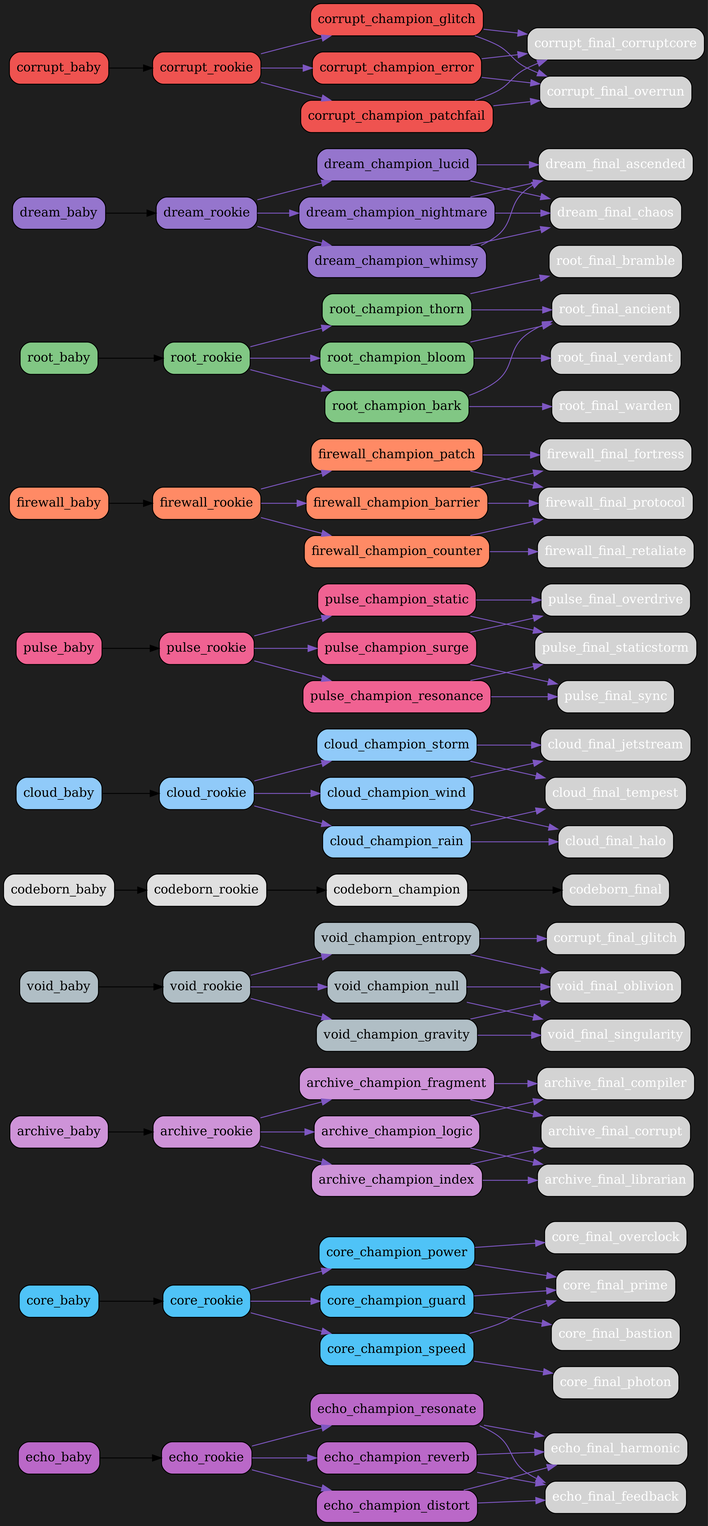
bwlight/NetGrid keeps this Graphviz diagram as src/netgrid/systems/evolution/graphs/dark/evolution_graph_dark.png. Above is the earlier version. Its source is kept beside it as src/netgrid/systems/evolution/graphs/dark/evolution_graph_dark.dot.
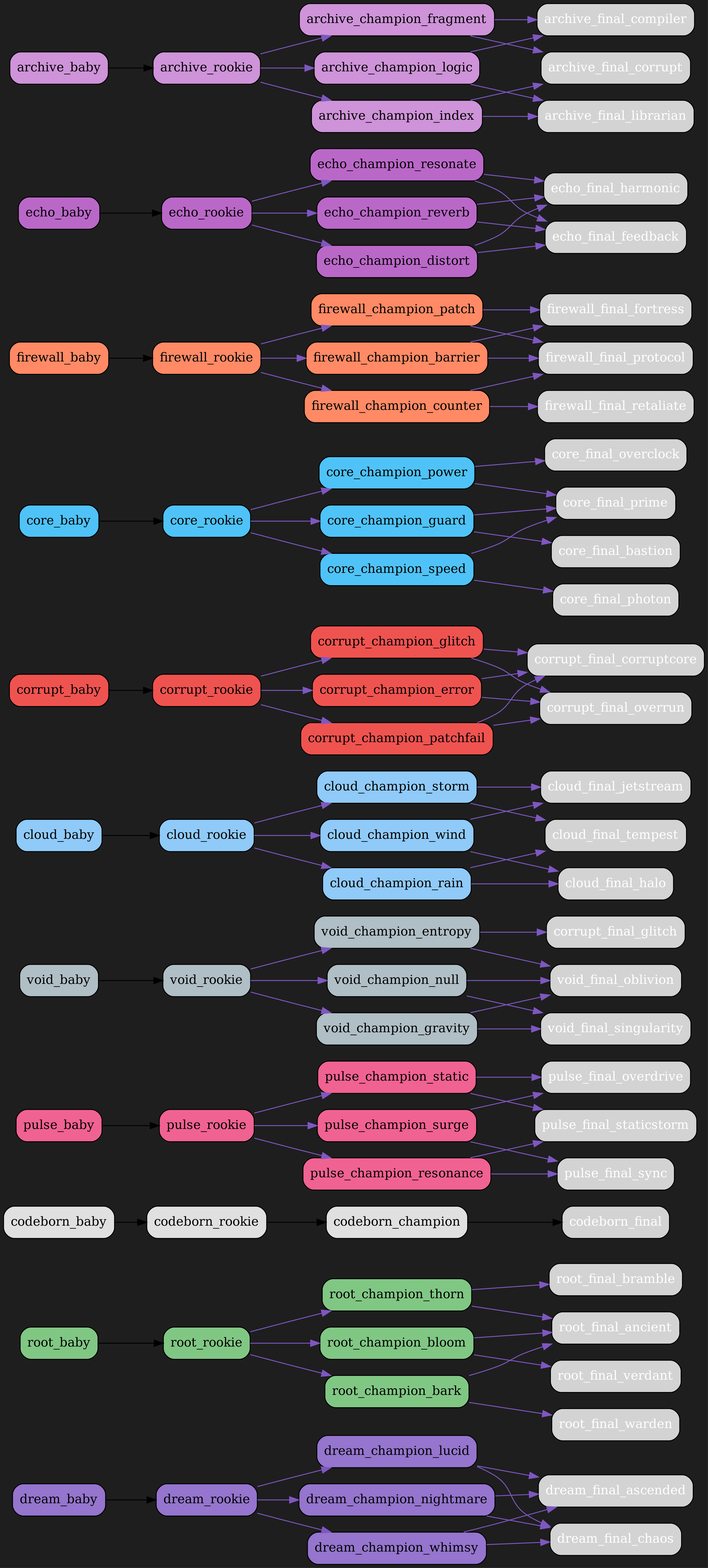
The same file after the commit.

Commit message:
Auto-update evolution graphs

Change to the diagram source:
```diff
@@ -2,6 +2,132 @@
   rankdir=LR;
   bgcolor="#1e1e1e";
   node [shape=box, style="rounded,filled", fontcolor="white"];
+  "dream_baby" [fillcolor="#9575cd", fontcolor="black"];
+  "dream_baby" -> "dream_rookie";
+  "dream_rookie" [fillcolor="#9575cd", fontcolor="black"];
+  "dream_rookie" -> "dream_champion_lucid" [color="#7e57c2"];
+  "dream_rookie" -> "dream_champion_nightmare" [color="#7e57c2"];
+  "dream_rookie" -> "dream_champion_whimsy" [color="#7e57c2"];
+  "dream_champion_lucid" [fillcolor="#9575cd", fontcolor="black"];
+  "dream_champion_lucid" -> "dream_final_ascended" [color="#7e57c2"];
+  "dream_champion_lucid" -> "dream_final_chaos" [color="#7e57c2"];
+  "dream_champion_nightmare" [fillcolor="#9575cd", fontcolor="black"];
+  "dream_champion_nightmare" -> "dream_final_chaos" [color="#7e57c2"];
+  "dream_champion_nightmare" -> "dream_final_ascended" [color="#7e57c2"];
+  "dream_champion_whimsy" [fillcolor="#9575cd", fontcolor="black"];
+  "dream_champion_whimsy" -> "dream_final_ascended" [color="#7e57c2"];
+  "dream_champion_whimsy" -> "dream_final_chaos" [color="#7e57c2"];
+  "root_baby" [fillcolor="#81c784", fontcolor="black"];
+  "root_baby" -> "root_rookie";
+  "root_rookie" [fillcolor="#81c784", fontcolor="black"];
+  "root_rookie" -> "root_champion_thorn" [color="#7e57c2"];
+  "root_rookie" -> "root_champion_bloom" [color="#7e57c2"];
+  "root_rookie" -> "root_champion_bark" [color="#7e57c2"];
+  "root_champion_thorn" [fillcolor="#81c784", fontcolor="black"];
+  "root_champion_thorn" -> "root_final_bramble" [color="#7e57c2"];
+  "root_champion_thorn" -> "root_final_ancient" [color="#7e57c2"];
+  "root_champion_bloom" [fillcolor="#81c784", fontcolor="black"];
+  "root_champion_bloom" -> "root_final_ancient" [color="#7e57c2"];
+  "root_champion_bloom" -> "root_final_verdant" [color="#7e57c2"];
+  "root_champion_bark" [fillcolor="#81c784", fontcolor="black"];
+  "root_champion_bark" -> "root_final_warden" [color="#7e57c2"];
+  "root_champion_bark" -> "root_final_ancient" [color="#7e57c2"];
+  "codeborn_baby" [fillcolor="#e0e0e0", fontcolor="black"];
+  "codeborn_baby" -> "codeborn_rookie";
+  "codeborn_rookie" [fillcolor="#e0e0e0", fontcolor="black"];
+  "codeborn_rookie" -> "codeborn_champion";
+  "codeborn_champion" [fillcolor="#e0e0e0", fontcolor="black"];
+  "codeborn_champion" -> "codeborn_final";
+  "pulse_baby" [fillcolor="#f06292", fontcolor="black"];
+  "pulse_baby" -> "pulse_rookie";
+  "pulse_rookie" [fillcolor="#f06292", fontcolor="black"];
+  "pulse_rookie" -> "pulse_champion_surge" [color="#7e57c2"];
+  "pulse_rookie" -> "pulse_champion_resonance" [color="#7e57c2"];
+  "pulse_rookie" -> "pulse_champion_static" [color="#7e57c2"];
+  "pulse_champion_surge" [fillcolor="#f06292", fontcolor="black"];
+  "pulse_champion_surge" -> "pulse_final_overdrive" [color="#7e57c2"];
+  "pulse_champion_surge" -> "pulse_final_sync" [color="#7e57c2"];
+  "pulse_champion_resonance" [fillcolor="#f06292", fontcolor="black"];
+  "pulse_champion_resonance" -> "pulse_final_sync" [color="#7e57c2"];
+  "pulse_champion_resonance" -> "pulse_final_staticstorm" [color="#7e57c2"];
+  "pulse_champion_static" [fillcolor="#f06292", fontcolor="black"];
+  "pulse_champion_static" -> "pulse_final_staticstorm" [color="#7e57c2"];
+  "pulse_champion_static" -> "pulse_final_overdrive" [color="#7e57c2"];
+  "void_baby" [fillcolor="#b0bec5", fontcolor="black"];
+  "void_baby" -> "void_rookie";
+  "void_rookie" [fillcolor="#b0bec5", fontcolor="black"];
+  "void_rookie" -> "void_champion_entropy" [color="#7e57c2"];
+  "void_rookie" -> "void_champion_gravity" [color="#7e57c2"];
+  "void_rookie" -> "void_champion_null" [color="#7e57c2"];
+  "void_champion_entropy" [fillcolor="#b0bec5", fontcolor="black"];
+  "void_champion_entropy" -> "corrupt_final_glitch" [color="#7e57c2"];
+  "void_champion_entropy" -> "void_final_oblivion" [color="#7e57c2"];
+  "void_champion_gravity" [fillcolor="#b0bec5", fontcolor="black"];
+  "void_champion_gravity" -> "void_final_singularity" [color="#7e57c2"];
+  "void_champion_gravity" -> "void_final_oblivion" [color="#7e57c2"];
+  "void_champion_null" [fillcolor="#b0bec5", fontcolor="black"];
+  "void_champion_null" -> "void_final_oblivion" [color="#7e57c2"];
+  "void_champion_null" -> "void_final_singularity" [color="#7e57c2"];
+  "cloud_baby" [fillcolor="#90caf9", fontcolor="black"];
+  "cloud_baby" -> "cloud_rookie";
+  "cloud_rookie" [fillcolor="#90caf9", fontcolor="black"];
+  "cloud_rookie" -> "cloud_champion_wind" [color="#7e57c2"];
+  "cloud_rookie" -> "cloud_champion_rain" [color="#7e57c2"];
+  "cloud_rookie" -> "cloud_champion_storm" [color="#7e57c2"];
+  "cloud_champion_wind" [fillcolor="#90caf9", fontcolor="black"];
+  "cloud_champion_wind" -> "cloud_final_jetstream" [color="#7e57c2"];
+  "cloud_champion_wind" -> "cloud_final_halo" [color="#7e57c2"];
+  "cloud_champion_rain" [fillcolor="#90caf9", fontcolor="black"];
+  "cloud_champion_rain" -> "cloud_final_halo" [color="#7e57c2"];
+  "cloud_champion_rain" -> "cloud_final_tempest" [color="#7e57c2"];
+  "cloud_champion_storm" [fillcolor="#90caf9", fontcolor="black"];
+  "cloud_champion_storm" -> "cloud_final_tempest" [color="#7e57c2"];
+  "cloud_champion_storm" -> "cloud_final_jetstream" [color="#7e57c2"];
+  "corrupt_baby" [fillcolor="#ef5350", fontcolor="black"];
+  "corrupt_baby" -> "corrupt_rookie";
+  "corrupt_rookie" [fillcolor="#ef5350", fontcolor="black"];
+  "corrupt_rookie" -> "corrupt_champion_glitch" [color="#7e57c2"];
+  "corrupt_rookie" -> "corrupt_champion_error" [color="#7e57c2"];
+  "corrupt_rookie" -> "corrupt_champion_patchfail" [color="#7e57c2"];
+  "corrupt_champion_glitch" [fillcolor="#ef5350", fontcolor="black"];
+  "corrupt_champion_glitch" -> "corrupt_final_corruptcore" [color="#7e57c2"];
+  "corrupt_champion_glitch" -> "corrupt_final_overrun" [color="#7e57c2"];
+  "corrupt_champion_error" [fillcolor="#ef5350", fontcolor="black"];
+  "corrupt_champion_error" -> "corrupt_final_overrun" [color="#7e57c2"];
+  "corrupt_champion_error" -> "corrupt_final_corruptcore" [color="#7e57c2"];
+  "corrupt_champion_patchfail" [fillcolor="#ef5350", fontcolor="black"];
+  "corrupt_champion_patchfail" -> "corrupt_final_corruptcore" [color="#7e57c2"];
+  "corrupt_champion_patchfail" -> "corrupt_final_overrun" [color="#7e57c2"];
+  "core_baby" [fillcolor="#4fc3f7", fontcolor="black"];
+  "core_baby" -> "core_rookie";
+  "core_rookie" [fillcolor="#4fc3f7", fontcolor="black"];
+  "core_rookie" -> "core_champion_power" [color="#7e57c2"];
+  "core_rookie" -> "core_champion_guard" [color="#7e57c2"];
+  "core_rookie" -> "core_champion_speed" [color="#7e57c2"];
+  "core_champion_power" [fillcolor="#4fc3f7", fontcolor="black"];
+  "core_champion_power" -> "core_final_overclock" [color="#7e57c2"];
+  "core_champion_power" -> "core_final_prime" [color="#7e57c2"];
+  "core_champion_guard" [fillcolor="#4fc3f7", fontcolor="black"];
+  "core_champion_guard" -> "core_final_bastion" [color="#7e57c2"];
+  "core_champion_guard" -> "core_final_prime" [color="#7e57c2"];
+  "core_champion_speed" [fillcolor="#4fc3f7", fontcolor="black"];
+  "core_champion_speed" -> "core_final_photon" [color="#7e57c2"];
+  "core_champion_speed" -> "core_final_prime" [color="#7e57c2"];
+  "firewall_baby" [fillcolor="#ff8a65", fontcolor="black"];
+  "firewall_baby" -> "firewall_rookie";
+  "firewall_rookie" [fillcolor="#ff8a65", fontcolor="black"];
+  "firewall_rookie" -> "firewall_champion_barrier" [color="#7e57c2"];
+  "firewall_rookie" -> "firewall_champion_counter" [color="#7e57c2"];
+  "firewall_rookie" -> "firewall_champion_patch" [color="#7e57c2"];
+  "firewall_champion_barrier" [fillcolor="#ff8a65", fontcolor="black"];
+  "firewall_champion_barrier" -> "firewall_final_fortress" [color="#7e57c2"];
+  "firewall_champion_barrier" -> "firewall_final_protocol" [color="#7e57c2"];
+  "firewall_champion_counter" [fillcolor="#ff8a65", fontcolor="black"];
+  "firewall_champion_counter" -> "firewall_final_retaliate" [color="#7e57c2"];
+  "firewall_champion_counter" -> "firewall_final_protocol" [color="#7e57c2"];
+  "firewall_champion_patch" [fillcolor="#ff8a65", fontcolor="black"];
+  "firewall_champion_patch" -> "firewall_final_protocol" [color="#7e57c2"];
+  "firewall_champion_patch" -> "firewall_final_fortress" [color="#7e57c2"];
   "echo_baby" [fillcolor="#ba68c8", fontcolor="black"];
   "echo_baby" -> "echo_rookie";
   "echo_rookie" [fillcolor="#ba68c8", fontcolor="black"];
@@ -17,21 +143,6 @@
   "echo_champion_distort" [fillcolor="#ba68c8", fontcolor="black"];
   "echo_champion_distort" -> "echo_final_feedback" [color="#7e57c2"];
   "echo_champion_distort" -> "echo_final_harmonic" [color="#7e57c2"];
-  "core_baby" [fillcolor="#4fc3f7", fontcolor="black"];
-  "core_baby" -> "core_rookie";
-  "core_rookie" [fillcolor="#4fc3f7", fontcolor="black"];
-  "core_rookie" -> "core_champion_power" [color="#7e57c2"];
-  "core_rookie" -> "core_champion_guard" [color="#7e57c2"];
-  "core_rookie" -> "core_champion_speed" [color="#7e57c2"];
-  "core_champion_power" [fillcolor="#4fc3f7", fontcolor="black"];
-  "core_champion_power" -> "core_final_overclock" [color="#7e57c2"];
-  "core_champion_power" -> "core_final_prime" [color="#7e57c2"];
-  "core_champion_guard" [fillcolor="#4fc3f7", fontcolor="black"];
-  "core_champion_guard" -> "core_final_bastion" [color="#7e57c2"];
-  "core_champion_guard" -> "core_final_prime" [color="#7e57c2"];
-  "core_champion_speed" [fillcolor="#4fc3f7", fontcolor="black"];
-  "core_champion_speed" -> "core_final_photon" [color="#7e57c2"];
-  "core_champion_speed" -> "core_final_prime" [color="#7e57c2"];
   "archive_baby" [fillcolor="#ce93d8", fontcolor="black"];
   "archive_baby" -> "archive_rookie";
   "archive_rookie" [fillcolor="#ce93d8", fontcolor="black"];
@@ -47,115 +158,4 @@
   "archive_champion_fragment" [fillcolor="#ce93d8", fontcolor="black"];
   "archive_champion_fragment" -> "archive_final_corrupt" [color="#7e57c2"];
   "archive_champion_fragment" -> "archive_final_compiler" [color="#7e57c2"];
-  "void_baby" [fillcolor="#b0bec5", fontcolor="black"];
-  "void_baby" -> "void_rookie";
-  "void_rookie" [fillcolor="#b0bec5", fontcolor="black"];
-  "void_rookie" -> "void_champion_entropy" [color="#7e57c2"];
-  "void_rookie" -> "void_champion_gravity" [color="#7e57c2"];
-  "void_rookie" -> "void_champion_null" [color="#7e57c2"];
-  "void_champion_entropy" [fillcolor="#b0bec5", fontcolor="black"];
-  "void_champion_entropy" -> "corrupt_final_glitch" [color="#7e57c2"];
-  "void_champion_entropy" -> "void_final_oblivion" [color="#7e57c2"];
-  "void_champion_gravity" [fillcolor="#b0bec5", fontcolor="black"];
-  "void_champion_gravity" -> "void_final_singularity" [color="#7e57c2"];
-  "void_champion_gravity" -> "void_final_oblivion" [color="#7e57c2"];
-  "void_champion_null" [fillcolor="#b0bec5", fontcolor="black"];
-  "void_champion_null" -> "void_final_oblivion" [color="#7e57c2"];
-  "void_champion_null" -> "void_final_singularity" [color="#7e57c2"];
-  "codeborn_baby" [fillcolor="#e0e0e0", fontcolor="black"];
-  "codeborn_baby" -> "codeborn_rookie";
-  "codeborn_rookie" [fillcolor="#e0e0e0", fontcolor="black"];
-  "codeborn_rookie" -> "codeborn_champion";
-  "codeborn_champion" [fillcolor="#e0e0e0", fontcolor="black"];
-  "codeborn_champion" -> "codeborn_final";
-  "cloud_baby" [fillcolor="#90caf9", fontcolor="black"];
-  "cloud_baby" -> "cloud_rookie";
-  "cloud_rookie" [fillcolor="#90caf9", fontcolor="black"];
-  "cloud_rookie" -> "cloud_champion_wind" [color="#7e57c2"];
-  "cloud_rookie" -> "cloud_champion_rain" [color="#7e57c2"];
-  "cloud_rookie" -> "cloud_champion_storm" [color="#7e57c2"];
-  "cloud_champion_wind" [fillcolor="#90caf9", fontcolor="black"];
-  "cloud_champion_wind" -> "cloud_final_jetstream" [color="#7e57c2"];
-  "cloud_champion_wind" -> "cloud_final_halo" [color="#7e57c2"];
-  "cloud_champion_rain" [fillcolor="#90caf9", fontcolor="black"];
-  "cloud_champion_rain" -> "cloud_final_halo" [color="#7e57c2"];
-  "cloud_champion_rain" -> "cloud_final_tempest" [color="#7e57c2"];
-  "cloud_champion_storm" [fillcolor="#90caf9", fontcolor="black"];
-  "cloud_champion_storm" -> "cloud_final_tempest" [color="#7e57c2"];
-  "cloud_champion_storm" -> "cloud_final_jetstream" [color="#7e57c2"];
-  "pulse_baby" [fillcolor="#f06292", fontcolor="black"];
-  "pulse_baby" -> "pulse_rookie";
-  "pulse_rookie" [fillcolor="#f06292", fontcolor="black"];
-  "pulse_rookie" -> "pulse_champion_surge" [color="#7e57c2"];
-  "pulse_rookie" -> "pulse_champion_resonance" [color="#7e57c2"];
-  "pulse_rookie" -> "pulse_champion_static" [color="#7e57c2"];
-  "pulse_champion_surge" [fillcolor="#f06292", fontcolor="black"];
-  "pulse_champion_surge" -> "pulse_final_overdrive" [color="#7e57c2"];
-  "pulse_champion_surge" -> "pulse_final_sync" [color="#7e57c2"];
-  "pulse_champion_resonance" [fillcolor="#f06292", fontcolor="black"];
-  "pulse_champion_resonance" -> "pulse_final_sync" [color="#7e57c2"];
-  "pulse_champion_resonance" -> "pulse_final_staticstorm" [color="#7e57c2"];
-  "pulse_champion_static" [fillcolor="#f06292", fontcolor="black"];
-  "pulse_champion_static" -> "pulse_final_staticstorm" [color="#7e57c2"];
-  "pulse_champion_static" -> "pulse_final_overdrive" [color="#7e57c2"];
-  "firewall_baby" [fillcolor="#ff8a65", fontcolor="black"];
-  "firewall_baby" -> "firewall_rookie";
-  "firewall_rookie" [fillcolor="#ff8a65", fontcolor="black"];
-  "firewall_rookie" -> "firewall_champion_barrier" [color="#7e57c2"];
-  "firewall_rookie" -> "firewall_champion_counter" [color="#7e57c2"];
-  "firewall_rookie" -> "firewall_champion_patch" [color="#7e57c2"];
-  "firewall_champion_barrier" [fillcolor="#ff8a65", fontcolor="black"];
-  "firewall_champion_barrier" -> "firewall_final_fortress" [color="#7e57c2"];
-  "firewall_champion_barrier" -> "firewall_final_protocol" [color="#7e57c2"];
-  "firewall_champion_counter" [fillcolor="#ff8a65", fontcolor="black"];
-  "firewall_champion_counter" -> "firewall_final_retaliate" [color="#7e57c2"];
-  "firewall_champion_counter" -> "firewall_final_protocol" [color="#7e57c2"];
-  "firewall_champion_patch" [fillcolor="#ff8a65", fontcolor="black"];
-  "firewall_champion_patch" -> "firewall_final_protocol" [color="#7e57c2"];
-  "firewall_champion_patch" -> "firewall_final_fortress" [color="#7e57c2"];
-  "root_baby" [fillcolor="#81c784", fontcolor="black"];
-  "root_baby" -> "root_rookie";
-  "root_rookie" [fillcolor="#81c784", fontcolor="black"];
-  "root_rookie" -> "root_champion_thorn" [color="#7e57c2"];
-  "root_rookie" -> "root_champion_bloom" [color="#7e57c2"];
-  "root_rookie" -> "root_champion_bark" [color="#7e57c2"];
-  "root_champion_thorn" [fillcolor="#81c784", fontcolor="black"];
-  "root_champion_thorn" -> "root_final_bramble" [color="#7e57c2"];
-  "root_champion_thorn" -> "root_final_ancient" [color="#7e57c2"];
-  "root_champion_bloom" [fillcolor="#81c784", fontcolor="black"];
-  "root_champion_bloom" -> "root_final_ancient" [color="#7e57c2"];
-  "root_champion_bloom" -> "root_final_verdant" [color="#7e57c2"];
-  "root_champion_bark" [fillcolor="#81c784", fontcolor="black"];
-  "root_champion_bark" -> "root_final_warden" [color="#7e57c2"];
-  "root_champion_bark" -> "root_final_ancient" [color="#7e57c2"];
-  "dream_baby" [fillcolor="#9575cd", fontcolor="black"];
-  "dream_baby" -> "dream_rookie";
-  "dream_rookie" [fillcolor="#9575cd", fontcolor="black"];
-  "dream_rookie" -> "dream_champion_lucid" [color="#7e57c2"];
-  "dream_rookie" -> "dream_champion_nightmare" [color="#7e57c2"];
-  "dream_rookie" -> "dream_champion_whimsy" [color="#7e57c2"];
-  "dream_champion_lucid" [fillcolor="#9575cd", fontcolor="black"];
-  "dream_champion_lucid" -> "dream_final_ascended" [color="#7e57c2"];
-  "dream_champion_lucid" -> "dream_final_chaos" [color="#7e57c2"];
-  "dream_champion_nightmare" [fillcolor="#9575cd", fontcolor="black"];
-  "dream_champion_nightmare" -> "dream_final_chaos" [color="#7e57c2"];
-  "dream_champion_nightmare" -> "dream_final_ascended" [color="#7e57c2"];
-  "dream_champion_whimsy" [fillcolor="#9575cd", fontcolor="black"];
-  "dream_champion_whimsy" -> "dream_final_ascended" [color="#7e57c2"];
-  "dream_champion_whimsy" -> "dream_final_chaos" [color="#7e57c2"];
-  "corrupt_baby" [fillcolor="#ef5350", fontcolor="black"];
-  "corrupt_baby" -> "corrupt_rookie";
-  "corrupt_rookie" [fillcolor="#ef5350", fontcolor="black"];
-  "corrupt_rookie" -> "corrupt_champion_glitch" [color="#7e57c2"];
-  "corrupt_rookie" -> "corrupt_champion_error" [color="#7e57c2"];
-  "corrupt_rookie" -> "corrupt_champion_patchfail" [color="#7e57c2"];
-  "corrupt_champion_glitch" [fillcolor="#ef5350", fontcolor="black"];
-  "corrupt_champion_glitch" -> "corrupt_final_corruptcore" [color="#7e57c2"];
-  "corrupt_champion_glitch" -> "corrupt_final_overrun" [color="#7e57c2"];
-  "corrupt_champion_error" [fillcolor="#ef5350", fontcolor="black"];
-  "corrupt_champion_error" -> "corrupt_final_overrun" [color="#7e57c2"];
-  "corrupt_champion_error" -> "corrupt_final_corruptcore" [color="#7e57c2"];
-  "corrupt_champion_patchfail" [fillcolor="#ef5350", fontcolor="black"];
-  "corrupt_champion_patchfail" -> "corrupt_final_corruptcore" [color="#7e57c2"];
-  "corrupt_champion_patchfail" -> "corrupt_final_overrun" [color="#7e57c2"];
 }
```
